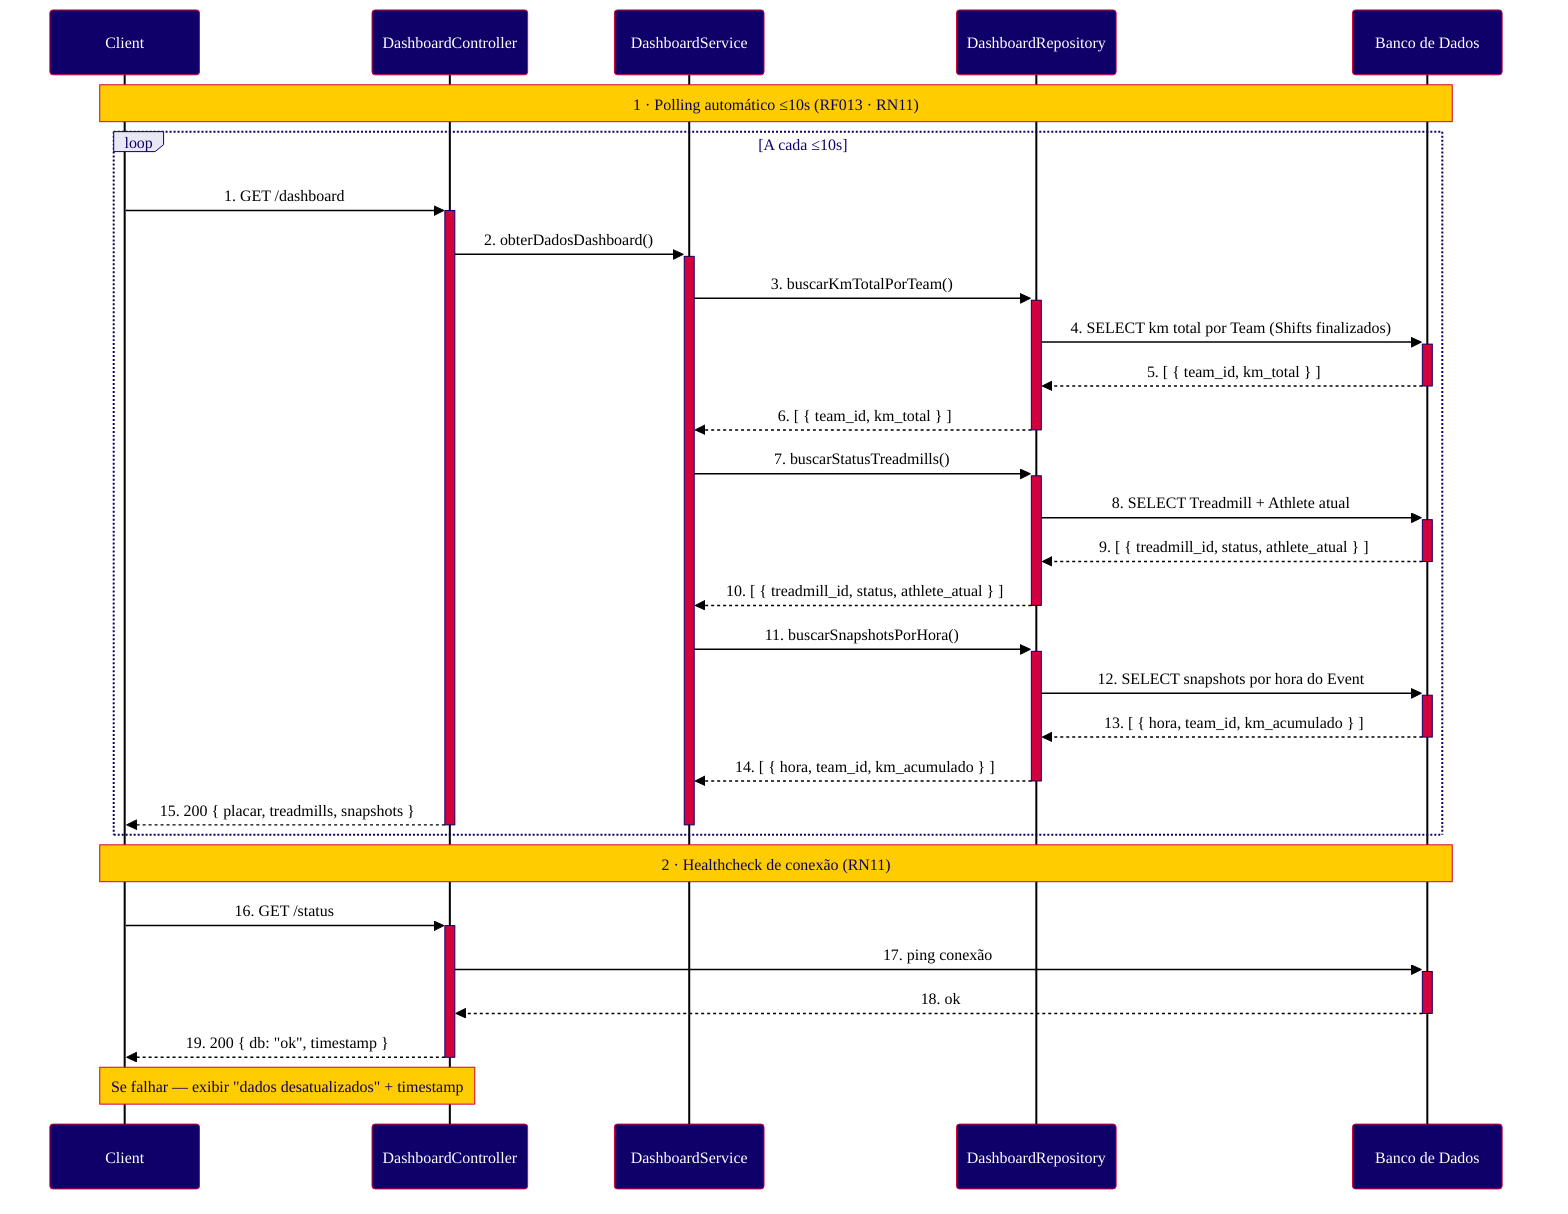
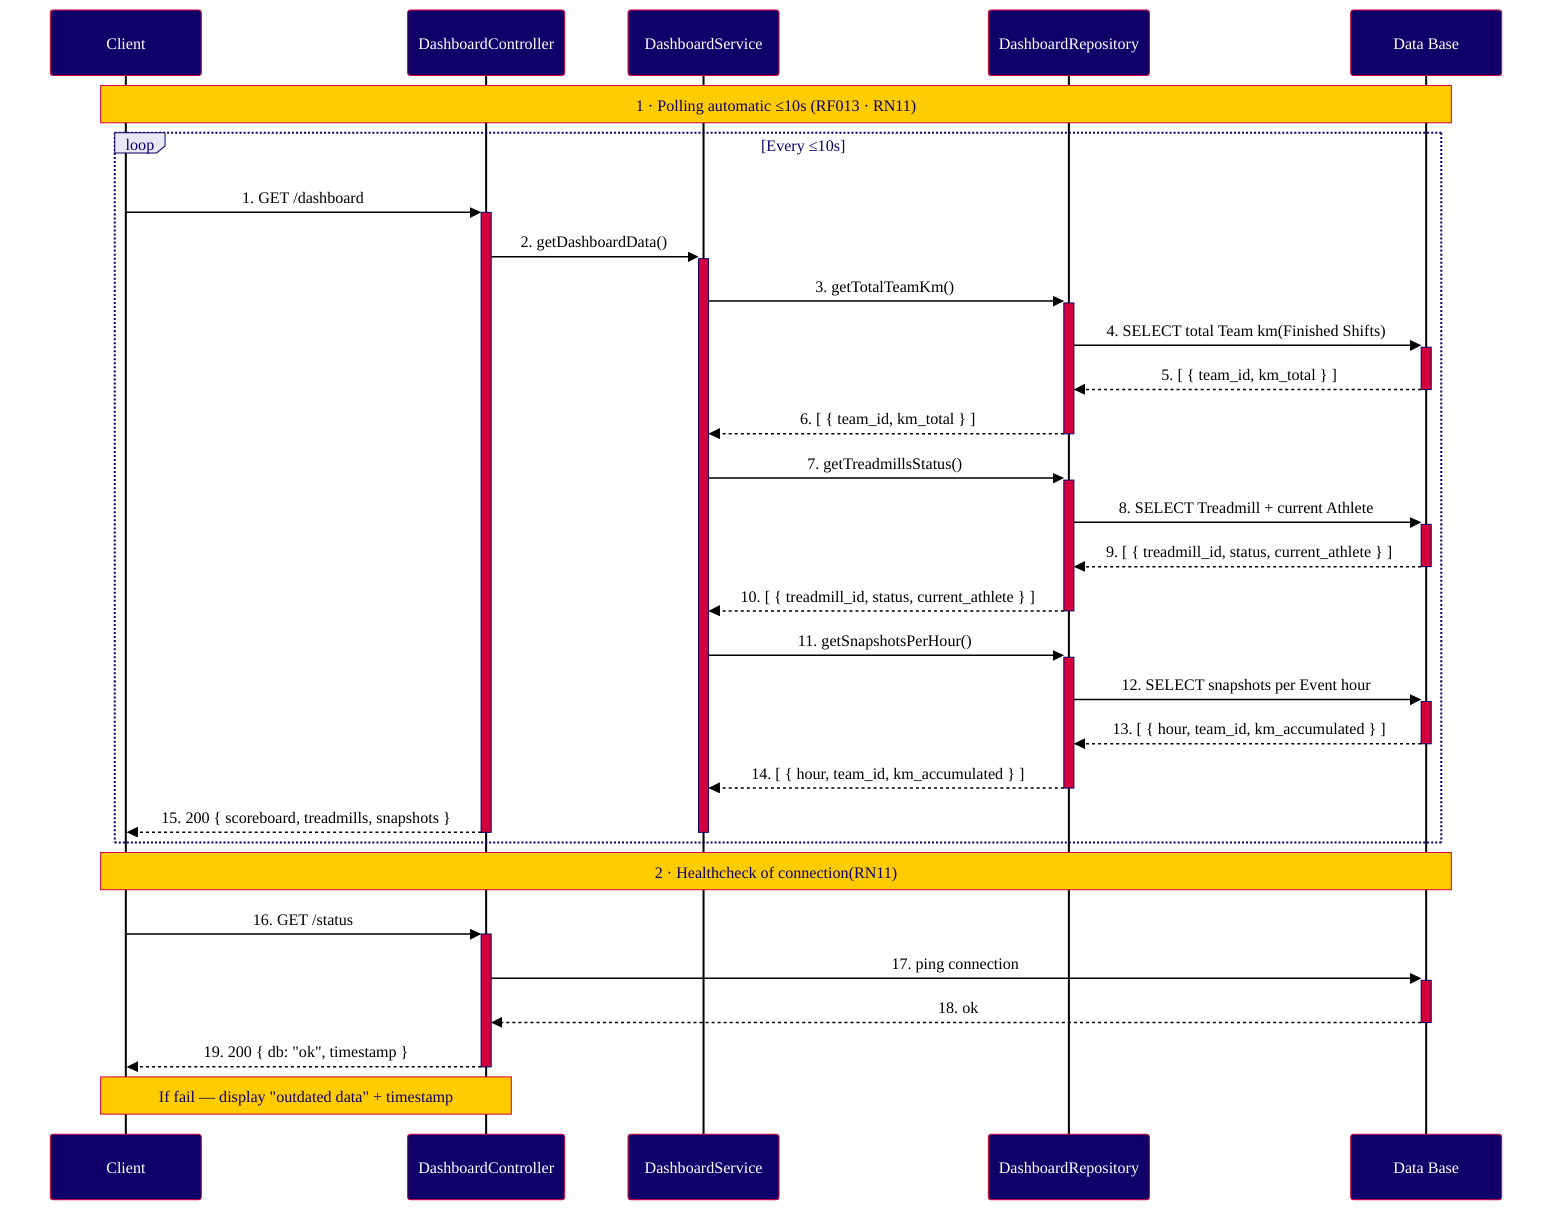

%%{init: {
  "theme": "base",
  "themeVariables": {
    "primaryColor": "#0F0069",
    "primaryTextColor": "#FFFFFF",
    "primaryBorderColor": "#D2003C",
    "secondaryColor": "#D2003C",
    "secondaryTextColor": "#FFFFFF",
    "secondaryBorderColor": "#D2003C",
    "tertiaryColor": "#E8E8F5",
    "tertiaryTextColor": "#0F0069",
    "tertiaryBorderColor": "#0F0069",
    "noteBkgColor": "#FFCC00",
    "noteTextColor": "#0F0069",
    "noteBorderColor": "#D2003C",
    "activationBkgColor": "#D2003C",
    "activationBorderColor": "#0F0069",
    "actorBkg": "#0F0069",
    "actorTextColor": "#FFFFFF",
    "actorBorderColor": "#D2003C",
    "actorLineColor": "#000000",
    "signalColor": "#000000",
    "signalTextColor": "#000000",
    "labelBoxBkgColor": "#E8E8F5",
    "labelBoxBorderColor": "#0F0069",
    "labelTextColor": "#0F0069",
    "loopTextColor": "#0F0069",
    "fontFamily": "Arial, sans-serif",
    "fontSize": "14px",
    "background": "#FFFFFF"
  }
}}%%
sequenceDiagram
    participant C as Client
    participant DC as DashboardController
    participant DS as DashboardService
    participant DR as DashboardRepository
-     participant BD as Banco de Dados
+     participant BD as Data Base

-     Note over C,BD: 1 · Polling automático ≤10s (RF013 · RN11)
+     Note over C,BD: 1 · Polling automatic ≤10s (RF013 · RN11)

-     loop A cada ≤10s
+     loop Every ≤10s
        C->>+DC: 1. GET /dashboard
-         DC->>+DS: 2. obterDadosDashboard()
-         DS->>+DR: 3. buscarKmTotalPorTeam()
-         DR->>+BD: 4. SELECT km total por Team (Shifts finalizados)
+         DC->>+DS: 2. getDashboardData()
+         DS->>+DR: 3. getTotalTeamKm()
+         DR->>+BD: 4. SELECT total Team km(Finished Shifts)
        BD-->>-DR: 5. [ { team_id, km_total } ]
        DR-->>-DS: 6. [ { team_id, km_total } ]
-         DS->>+DR: 7. buscarStatusTreadmills()
-         DR->>+BD: 8. SELECT Treadmill + Athlete atual
-         BD-->>-DR: 9. [ { treadmill_id, status, athlete_atual } ]
-         DR-->>-DS: 10. [ { treadmill_id, status, athlete_atual } ]
-         DS->>+DR: 11. buscarSnapshotsPorHora()
-         DR->>+BD: 12. SELECT snapshots por hora do Event
-         BD-->>-DR: 13. [ { hora, team_id, km_acumulado } ]
-         DR-->>-DS: 14. [ { hora, team_id, km_acumulado } ]
-         DC-->>-C: 15. 200 { placar, treadmills, snapshots }
+         DS->>+DR: 7. getTreadmillsStatus()
+         DR->>+BD: 8. SELECT Treadmill + current Athlete
+         BD-->>-DR: 9. [ { treadmill_id, status, current_athlete } ]
+         DR-->>-DS: 10. [ { treadmill_id, status, current_athlete } ]
+         DS->>+DR: 11. getSnapshotsPerHour()
+         DR->>+BD: 12. SELECT snapshots per Event hour
+         BD-->>-DR: 13. [ { hour, team_id, km_accumulated } ]
+         DR-->>-DS: 14. [ { hour, team_id, km_accumulated } ]
+         DC-->>-C: 15. 200 { scoreboard, treadmills, snapshots }
        deactivate DS
    end

-     Note over C,BD: 2 · Healthcheck de conexão (RN11)
+     Note over C,BD: 2 · Healthcheck of connection(RN11)

    C->>+DC: 16. GET /status
-     DC->>+BD: 17. ping conexão
+     DC->>+BD: 17. ping connection
    BD-->>-DC: 18. ok
    DC-->>-C: 19. 200 { db: "ok", timestamp }
-     Note over C,DC: Se falhar — exibir "dados desatualizados" + timestamp
+     Note over C,DC: If fail — display "outdated data" + timestamp
